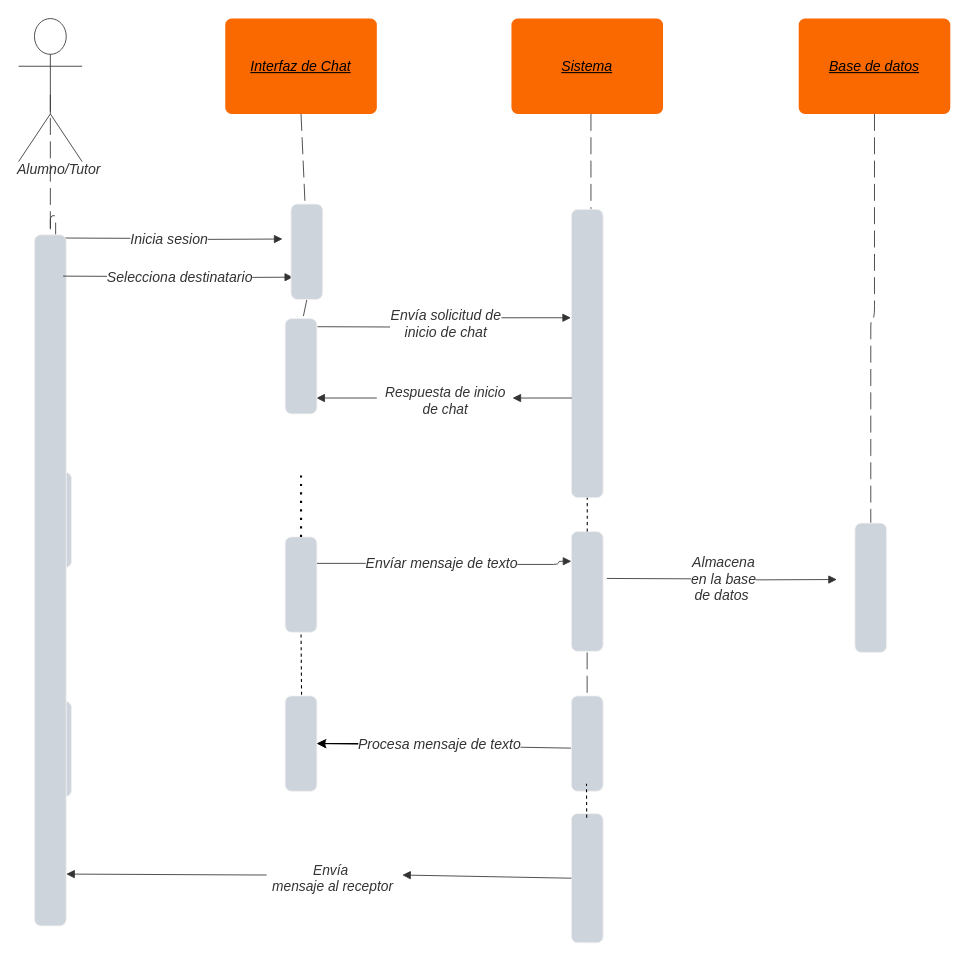
Above: chat de texto.drawio in LP3kmikristian/TP_ARCE_DOREGO (draw.io), before the change. Source tidied: cells renumbered, new cells numbered last; positions are measured from the earlier drawing's top-left corner, leaving out a move shared by most shapes. Both pictures are drawn from the tidied source at 106%, with x=0, y=0 at pixel (18, 18).
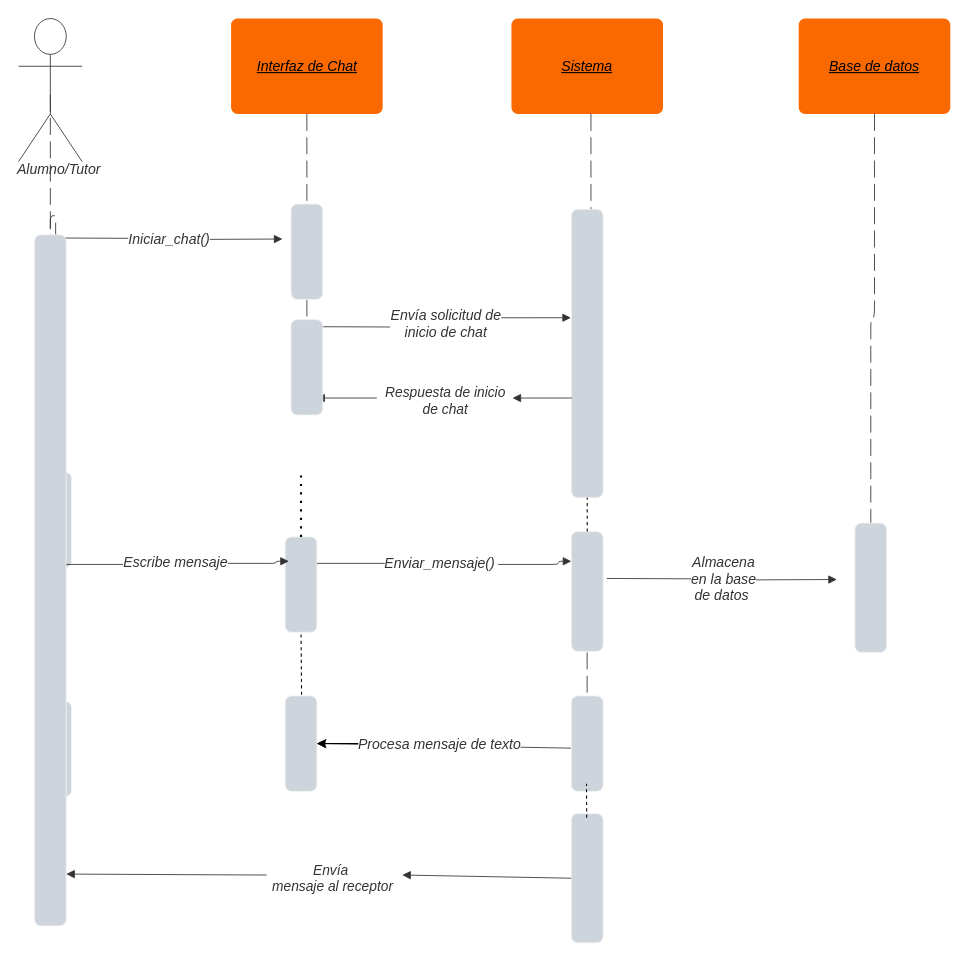
After the change.

The change refers to these unchanged cells:
```xml
<mxCell id="8" style="html=1;jettySize=18;whiteSpace=wrap;fontSize=13;strokeColor=#333333;strokeOpacity=100;strokeWidth=0.8;rounded=1;arcSize=10;edgeStyle=orthogonalEdgeStyle;startArrow=none;endArrow=block;endFill=1;lucidId=Yu5M0A2JVvTe;" parent="1" edge="1">
  <mxGeometry relative="1" as="geometry">
    <mxPoint x="32" y="207" as="sourcePoint" />
    <mxPoint x="249" y="208" as="targetPoint" />
  </mxGeometry>
</mxCell>
<mxCell id="28" style="html=1;jettySize=18;whiteSpace=wrap;fontSize=13;strokeColor=#333333;strokeOpacity=100;strokeWidth=0.8;rounded=1;arcSize=10;edgeStyle=orthogonalEdgeStyle;startArrow=none;endArrow=block;endFill=1;exitX=1.012;exitY=0.429;exitPerimeter=0;entryX=-0.012;entryY=0.376;entryPerimeter=0;lucidId=Yu5M8hheeUyh;" parent="1" edge="1">
  <mxGeometry relative="1" as="geometry">
    <mxPoint x="281.5" y="514" as="sourcePoint" />
    <mxPoint x="521.5" y="512" as="targetPoint" />
    <Array as="points">
      <mxPoint x="402.5" y="514" />
      <mxPoint x="509.5" y="515" />
      <mxPoint x="509.5" y="512" />
    </Array>
  </mxGeometry>
</mxCell>
<mxCell id="39" style="html=1;overflow=block;blockSpacing=1;whiteSpace=wrap;fontSize=13;spacing=0;strokeColor=#f2f2f2;strokeOpacity=100;fillOpacity=100;rounded=1;absoluteArcSize=1;arcSize=12;fillColor=#ced4db;strokeWidth=0.8;lucidId=Yu5MydJHa4al;" parent="1" vertex="1">
  <mxGeometry x="257" y="175" width="30" height="90" as="geometry" />
</mxCell>
```

Diff of the diagram source:
```diff
@@
     <mxCell id="3" value="Interfaz de Chat" style="html=1;overflow=block;blockSpacing=1;whiteSpace=wrap;fontSize=13.3;fontColor=#000000;fontStyle=6;align=center;spacing=0;strokeOpacity=0;fillOpacity=100;rounded=1;absoluteArcSize=1;arcSize=12;fillColor=#fa6800;strokeWidth=0.8;strokeColor=#C73500;" parent="1" vertex="1">
-      <mxGeometry x="195" width="143" height="90" as="geometry" />
+      <mxGeometry x="200.5" width="143" height="90" as="geometry" />
     </mxCell>
@@
-    <mxCell id="9" value="Inicia sesion" style="text;html=1;labelBackgroundColor=default;align=center;verticalAlign=middle;fontStyle=2;fontColor=#333333;fontSize=13.3;" parent="8" vertex="1">
+    <mxCell id="9" value="Iniciar_chat()" style="text;html=1;labelBackgroundColor=default;align=center;verticalAlign=middle;fontStyle=2;fontColor=#333333;fontSize=13.3;" parent="8" vertex="1">
       <mxGeometry relative="1" as="geometry" />
     </mxCell>
@@
-    <mxCell id="16" style="html=1;jettySize=18;whiteSpace=wrap;fontSize=13;fontFamily=helvetica;strokeColor=#333333;strokeOpacity=100;dashed=1;fixDash=1;dashPattern=16 6;strokeWidth=0.8;rounded=0;startArrow=none;endArrow=none;exitX=0.5;exitY=1;exitPerimeter=0;entryX=0.5;entryY=0.432;entryPerimeter=0;lucidId=Yu5M4GIAFP0a;" parent="1" edge="1" source="39">
-      <mxGeometry relative="1" as="geometry">
-        <mxPoint x="266.5" y="291.4" as="targetPoint" />
-      </mxGeometry>
+    <mxCell id="16" style="html=1;jettySize=18;whiteSpace=wrap;fontSize=13;fontFamily=helvetica;strokeColor=#333333;strokeOpacity=100;dashed=1;fixDash=1;dashPattern=16 6;strokeWidth=0.8;rounded=0;startArrow=none;endArrow=none;exitX=0.5;exitY=1;exitPerimeter=0;entryX=0.5;entryY=0;lucidId=Yu5M4GIAFP0a;entryDx=0;entryDy=0;" parent="1" edge="1" source="39" target="40">
+      <mxGeometry relative="1" as="geometry" />
     </mxCell>
@@
-    <mxCell id="21" style="html=1;jettySize=18;whiteSpace=wrap;fontSize=13;strokeColor=#333333;strokeOpacity=100;strokeWidth=0.8;rounded=1;arcSize=10;edgeStyle=orthogonalEdgeStyle;startArrow=none;endArrow=block;endFill=1;lucidId=Yu5M0A2JVvTe;" parent="1" edge="1">
-      <mxGeometry relative="1" as="geometry">
-        <mxPoint x="42" y="243" as="sourcePoint" />
-        <mxPoint x="259" y="244" as="targetPoint" />
-      </mxGeometry>
-    </mxCell>
-    <mxCell id="22" value="Selecciona destinatario" style="text;html=1;labelBackgroundColor=default;align=center;verticalAlign=middle;fontStyle=2;fontColor=#333333;fontSize=13.3;" parent="21" vertex="1">
-      <mxGeometry relative="1" as="geometry" />
-    </mxCell>
@@
-    <mxCell id="29" value="Envíar mensaje de texto" style="text;html=1;labelBackgroundColor=default;align=center;verticalAlign=middle;fontStyle=2;fontColor=#333333;fontSize=13.3;" parent="28" vertex="1">
+    <mxCell id="29" value="Enviar_mensaje()&amp;nbsp;" style="text;html=1;labelBackgroundColor=default;align=center;verticalAlign=middle;fontStyle=2;fontColor=#333333;fontSize=13.3;" parent="28" vertex="1">
       <mxGeometry relative="1" as="geometry">
         <mxPoint x="-4" y="-2" as="offset" />
       </mxGeometry>
     </mxCell>
@@
     <mxCell id="40" style="html=1;overflow=block;blockSpacing=1;whiteSpace=wrap;fontSize=13;spacing=0;strokeColor=#f2f2f2;strokeOpacity=100;fillOpacity=100;rounded=1;absoluteArcSize=1;arcSize=12;fillColor=#ced4db;strokeWidth=0.8;lucidId=Yu5MydJHa4al;" parent="1" vertex="1">
-      <mxGeometry x="251.5" y="283" width="30" height="90" as="geometry" />
+      <mxGeometry x="257" y="284" width="30" height="90" as="geometry" />
     </mxCell>
@@
+    <mxCell id="50" style="html=1;jettySize=18;whiteSpace=wrap;fontSize=13;strokeColor=#333333;strokeOpacity=100;strokeWidth=0.8;rounded=1;arcSize=10;edgeStyle=orthogonalEdgeStyle;startArrow=none;endArrow=block;endFill=1;entryX=-0.012;entryY=0.376;entryPerimeter=0;lucidId=Yu5M8hheeUyh;" parent="1" edge="1">
+      <mxGeometry relative="1" as="geometry">
+        <mxPoint x="45" y="515" as="sourcePoint" />
+        <mxPoint x="255" y="512" as="targetPoint" />
+        <Array as="points">
+          <mxPoint x="136" y="514" />
+          <mxPoint x="243" y="515" />
+          <mxPoint x="243" y="512" />
+        </Array>
+      </mxGeometry>
+    </mxCell>
+    <mxCell id="51" value="Escribe mensaje" style="text;html=1;labelBackgroundColor=default;align=center;verticalAlign=middle;fontStyle=2;fontColor=#333333;fontSize=13.3;" parent="50" vertex="1">
+      <mxGeometry relative="1" as="geometry">
+        <mxPoint x="-4" y="-2" as="offset" />
+      </mxGeometry>
+    </mxCell>
```
